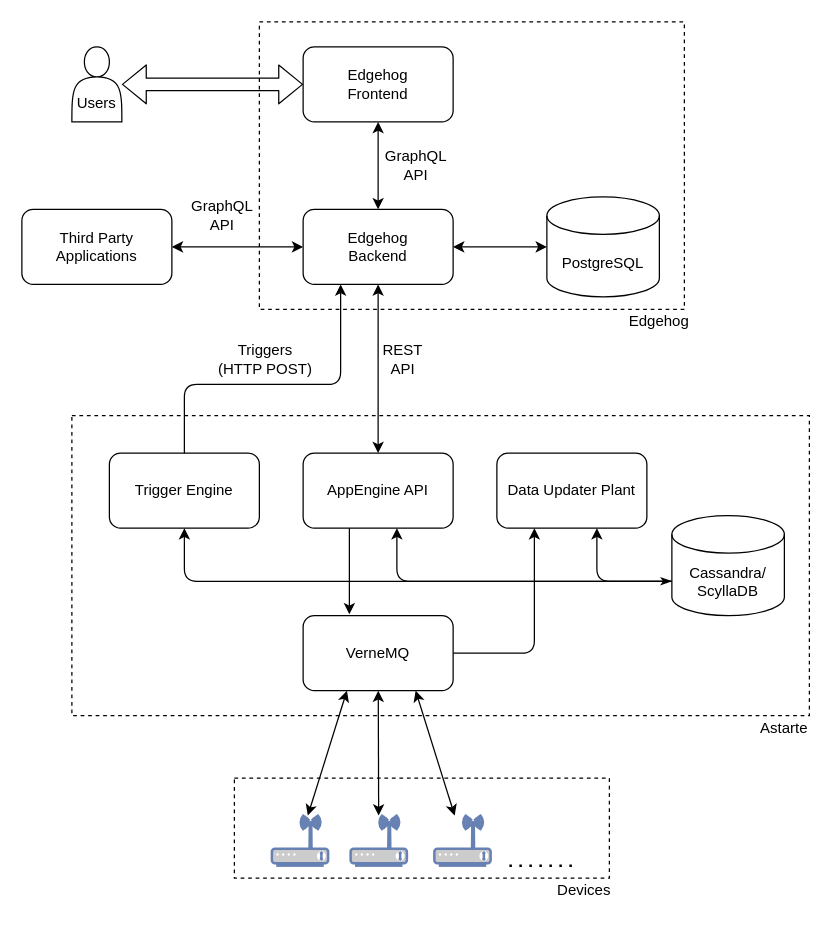
The draw.io diagram doc/image_sources/edgehog_architecture.drawio in edgehog-device-manager/edgehog, before the edit. Source tidied: cells renumbered, new cells numbered last; positions are measured from the earlier drawing's top-left corner, leaving out a move shared by most shapes. Both pictures are drawn from the tidied source at 125%, with x=0, y=0 at pixel (21, 21). Pictures stored in the file or linked from it are replaced by grey dashed boxes.
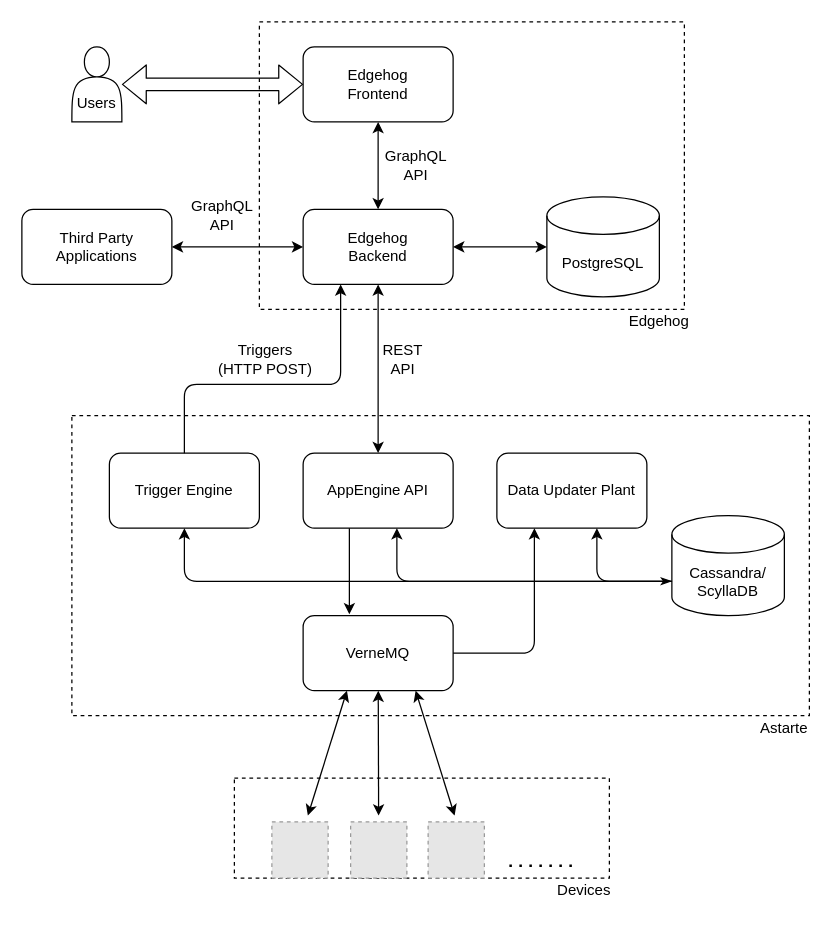
Above is the later version.

Commit message (it also covers changes not shown here):
Update edgehog_architecture source and add CREDITS.md

Add attribution to Font Awesome

Unchanged cells that the change refers to:
```xml
<mxCell id="14" value="VerneMQ" style="rounded=1;whiteSpace=wrap;html=1;strokeColor=#000000;fillColor=#ffffff;" parent="1" vertex="1">
  <mxGeometry x="225" y="475" width="120" height="60" as="geometry" />
</mxCell>
```

Diff of the diagram source:
```diff
@@
-    <mxCell id="3" style="fontColor=#0066CC;verticalAlign=top;verticalLabelPosition=bottom;labelPosition=center;align=center;html=1;outlineConnect=0;fillColor=#CCCCCC;strokeColor=#6881B3;gradientColor=none;gradientDirection=north;strokeWidth=2;shape=mxgraph.networks.wireless_modem;" parent="1" vertex="1">
-      <mxGeometry x="200" y="635" width="45" height="40" as="geometry" />
-    </mxCell>
@@
-    <mxCell id="16" style="fontColor=#0066CC;verticalAlign=top;verticalLabelPosition=bottom;labelPosition=center;align=center;html=1;outlineConnect=0;fillColor=#CCCCCC;strokeColor=#6881B3;gradientColor=none;gradientDirection=north;strokeWidth=2;shape=mxgraph.networks.wireless_modem;" parent="1" vertex="1">
-      <mxGeometry x="330" y="635" width="45" height="40" as="geometry" />
-    </mxCell>
-    <mxCell id="17" style="fontColor=#0066CC;verticalAlign=top;verticalLabelPosition=bottom;labelPosition=center;align=center;html=1;outlineConnect=0;fillColor=#CCCCCC;strokeColor=#6881B3;gradientColor=none;gradientDirection=north;strokeWidth=2;shape=mxgraph.networks.wireless_modem;" parent="1" vertex="1">
-      <mxGeometry x="263" y="635" width="45" height="40" as="geometry" />
-    </mxCell>
@@
-    <mxCell id="19" style="endArrow=classic;startArrow=classic;html=1;entryX=0.292;entryY=1;entryDx=0;entryDy=0;entryPerimeter=0;" parent="1" edge="1" source="3" target="14">
-      <mxGeometry relative="1" as="geometry" />
+    <mxCell id="19" style="endArrow=classic;startArrow=classic;html=1;entryX=0.292;entryY=1;entryDx=0;entryDy=0;entryPerimeter=0;" parent="1" edge="1" target="14">
+      <mxGeometry relative="1" as="geometry">
+        <mxPoint x="228.8" y="635" as="sourcePoint" />
+      </mxGeometry>
     </mxCell>
-    <mxCell id="20" style="endArrow=classic;startArrow=classic;html=1;" parent="1" edge="1" source="14" target="17">
-      <mxGeometry relative="1" as="geometry" />
+    <mxCell id="20" style="endArrow=classic;startArrow=classic;html=1;" parent="1" edge="1" source="14">
+      <mxGeometry relative="1" as="geometry">
+        <mxPoint x="285.4" y="635" as="targetPoint" />
+      </mxGeometry>
     </mxCell>
-    <mxCell id="21" style="endArrow=classic;startArrow=classic;html=1;entryX=0.75;entryY=1;entryDx=0;entryDy=0;" parent="1" edge="1" source="16" target="14">
-      <mxGeometry relative="1" as="geometry" />
+    <mxCell id="21" style="endArrow=classic;startArrow=classic;html=1;entryX=0.75;entryY=1;entryDx=0;entryDy=0;" parent="1" edge="1" target="14">
+      <mxGeometry relative="1" as="geometry">
+        <mxPoint x="346.2" y="635" as="sourcePoint" />
+      </mxGeometry>
     </mxCell>
@@
+    <mxCell id="40" style="fillColor=#E6E6E6;strokeColor=#999999;dashed=1;verticalLabelPosition=bottom;verticalAlign=top;" parent="1" vertex="1">
+      <mxGeometry x="200" y="640" width="45" height="45" as="geometry" />
+    </mxCell>
+    <mxCell id="41" style="fillColor=#E6E6E6;strokeColor=#999999;dashed=1;verticalLabelPosition=bottom;verticalAlign=top;" parent="1" vertex="1">
+      <mxGeometry x="263" y="640" width="45" height="45" as="geometry" />
+    </mxCell>
+    <mxCell id="42" style="fillColor=#E6E6E6;strokeColor=#999999;dashed=1;verticalLabelPosition=bottom;verticalAlign=top;" parent="1" vertex="1">
+      <mxGeometry x="325" y="640" width="45" height="45" as="geometry" />
+    </mxCell>
```
